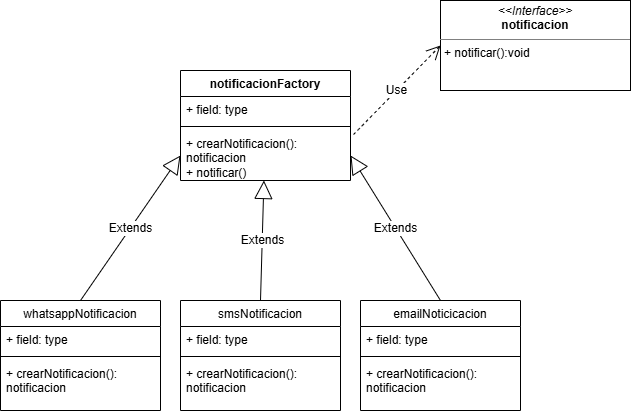
RaulFBS/Patrones-de-Diseno-Java keeps this draw.io diagram as 01-Creacionales/Factory/Ejercicio01-SistemaDeNotificaciones/diagramas/DiagramaDeClases.drawio.png. Above is the earlier version. Source tidied: cells renumbered, new cells last; positions are measured from the earlier drawing's top-left corner, leaving out a move shared by most shapes.
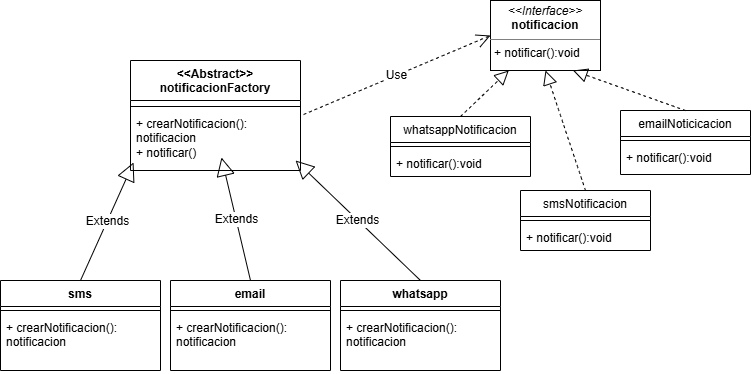
After the change.

The edit, as a diff of the source:
```diff
@@ -2,71 +2,95 @@
   <root>
     <mxCell id="0" />
     <mxCell id="1" parent="0" />
-    <mxCell id="2" style="group;fillColor=default;" parent="1" vertex="1">
-      <mxGeometry width="630" height="410" as="geometry" />
-    </mxCell>
+    <mxCell id="24" style="group;fillColor=default;" parent="1" vertex="1">
+      <mxGeometry x="-101" y="-120" width="750" height="370" as="geometry" />
+    </mxCell>
-    <mxCell id="3" value="&lt;p style=&quot;margin:0px;margin-top:4px;text-align:center;&quot;&gt;&lt;i&gt;&amp;lt;&amp;lt;Interface&amp;gt;&amp;gt;&lt;/i&gt;&lt;br&gt;&lt;b&gt;notificacion&lt;/b&gt;&lt;/p&gt;&lt;hr size=&quot;1&quot; style=&quot;border-style:solid;&quot;&gt;&lt;p style=&quot;margin:0px;margin-left:4px;&quot;&gt;+ notificar():void&lt;/p&gt;" style="verticalAlign=top;align=left;overflow=fill;html=1;whiteSpace=wrap;" parent="2" vertex="1">
-      <mxGeometry x="440" width="190" height="90" as="geometry" />
+    <mxCell id="3" value="&lt;p style=&quot;margin:0px;margin-top:4px;text-align:center;&quot;&gt;&lt;i&gt;&amp;lt;&amp;lt;Interface&amp;gt;&amp;gt;&lt;/i&gt;&lt;br&gt;&lt;b&gt;notificacion&lt;/b&gt;&lt;/p&gt;&lt;hr size=&quot;1&quot; style=&quot;border-style:solid;&quot;&gt;&lt;p style=&quot;margin:0px;margin-left:4px;&quot;&gt;+ notificar():void&lt;/p&gt;" style="verticalAlign=top;align=left;overflow=fill;html=1;whiteSpace=wrap;" parent="1" vertex="1">
+      <mxGeometry x="389" y="-120" width="110" height="70" as="geometry" />
     </mxCell>
-    <mxCell id="4" value="&lt;span style=&quot;font-weight: 400;&quot;&gt;emailNoticicacion&lt;/span&gt;" style="swimlane;fontStyle=1;align=center;verticalAlign=top;horizontal=1;startSize=26;whiteSpace=wrap;html=1;" parent="2" vertex="1">
-      <mxGeometry x="360" y="300" width="160" height="110" as="geometry" />
+    <mxCell id="4" value="&lt;span style=&quot;font-weight: 400;&quot;&gt;emailNoticicacion&lt;/span&gt;" style="swimlane;fontStyle=1;align=center;verticalAlign=top;horizontal=1;startSize=26;whiteSpace=wrap;html=1;" parent="1" vertex="1">
+      <mxGeometry x="519" y="-10" width="130" height="64" as="geometry" />
     </mxCell>
-    <mxCell id="5" value="+ field: type" style="text;align=left;verticalAlign=top;spacingLeft=4;spacingRight=4;overflow=hidden;whiteSpace=wrap;html=1;" parent="4" vertex="1">
-      <mxGeometry y="26" width="160" height="26" as="geometry" />
-    </mxCell>
+    <mxCell id="8" value="&lt;span style=&quot;font-weight: 400;&quot;&gt;whatsappNotificacion&lt;/span&gt;" style="swimlane;fontStyle=1;align=center;verticalAlign=top;horizontal=1;startSize=26;whiteSpace=wrap;html=1;" parent="1" vertex="1">
+      <mxGeometry x="289" y="-4" width="140" height="60" as="geometry" />
+    </mxCell>
+    <mxCell id="12" value="&lt;span style=&quot;font-weight: 400;&quot;&gt;smsNotificacion&lt;/span&gt;" style="swimlane;fontStyle=1;align=center;verticalAlign=top;horizontal=1;startSize=26;whiteSpace=wrap;html=1;" parent="1" vertex="1">
+      <mxGeometry x="419" y="70" width="130" height="60" as="geometry" />
+    </mxCell>
+    <mxCell id="19" value="&lt;div&gt;&amp;lt;&amp;lt;Abstract&amp;gt;&amp;gt;&lt;/div&gt;notificacionFactory" style="swimlane;fontStyle=1;align=center;verticalAlign=top;horizontal=1;startSize=40;whiteSpace=wrap;html=1;" parent="1" vertex="1">
+      <mxGeometry x="29" y="-60" width="170" height="110" as="geometry" />
+    </mxCell>
+    <mxCell id="23" value="Use" style="endArrow=open;endSize=12;dashed=1;html=1;rounded=0;fontSize=12;curved=1;entryX=0;entryY=0.5;entryDx=0;entryDy=0;exitX=1.018;exitY=0.08;exitDx=0;exitDy=0;exitPerimeter=0;" parent="1" edge="1" source="22" target="3">
+      <mxGeometry relative="1" as="geometry" />
+    </mxCell>
+    <mxCell id="25" style="endArrow=block;dashed=1;endFill=0;endSize=12;html=1;rounded=0;fontSize=12;curved=1;exitX=0.5;exitY=0;exitDx=0;exitDy=0;entryX=0.75;entryY=1;entryDx=0;entryDy=0;" parent="1" edge="1" source="4" target="3">
+      <mxGeometry relative="1" as="geometry" />
+    </mxCell>
+    <mxCell id="26" style="endArrow=block;dashed=1;endFill=0;endSize=12;html=1;rounded=0;fontSize=12;curved=1;exitX=0.5;exitY=0;exitDx=0;exitDy=0;entryX=0.5;entryY=1;entryDx=0;entryDy=0;" parent="1" edge="1" source="12" target="3">
+      <mxGeometry relative="1" as="geometry" />
+    </mxCell>
+    <mxCell id="27" style="endArrow=block;dashed=1;endFill=0;endSize=12;html=1;rounded=0;fontSize=12;curved=1;exitX=0.5;exitY=0;exitDx=0;exitDy=0;" parent="1" edge="1" source="8" target="3">
+      <mxGeometry relative="1" as="geometry" />
+    </mxCell>
+    <mxCell id="28" value="sms" style="swimlane;fontStyle=1;align=center;verticalAlign=top;horizontal=1;startSize=26;whiteSpace=wrap;html=1;" parent="1" vertex="1">
+      <mxGeometry x="-101" y="160" width="160" height="90" as="geometry" />
+    </mxCell>
+    <mxCell id="29" value="email" style="swimlane;fontStyle=1;align=center;verticalAlign=top;horizontal=1;startSize=26;whiteSpace=wrap;html=1;" parent="1" vertex="1">
+      <mxGeometry x="69" y="160" width="160" height="90" as="geometry" />
+    </mxCell>
+    <mxCell id="30" value="whatsapp" style="swimlane;fontStyle=1;align=center;verticalAlign=top;horizontal=1;startSize=26;whiteSpace=wrap;html=1;" parent="1" vertex="1">
+      <mxGeometry x="239" y="160" width="160" height="90" as="geometry" />
+    </mxCell>
+    <mxCell id="31" value="Extends" style="endArrow=block;endSize=16;endFill=0;html=1;rounded=0;fontSize=12;curved=1;entryX=0.018;entryY=1.04;entryDx=0;entryDy=0;entryPerimeter=0;exitX=0.5;exitY=0;exitDx=0;exitDy=0;" parent="1" edge="1" source="28" target="22">
+      <mxGeometry relative="1" as="geometry" />
+    </mxCell>
+    <mxCell id="32" value="Extends" style="endArrow=block;endSize=16;endFill=0;html=1;rounded=0;fontSize=12;curved=1;exitX=0.5;exitY=0;exitDx=0;exitDy=0;entryX=0.535;entryY=0.94;entryDx=0;entryDy=0;entryPerimeter=0;" parent="1" edge="1" source="29" target="22">
+      <mxGeometry relative="1" as="geometry" />
+    </mxCell>
+    <mxCell id="33" value="Extends" style="endArrow=block;endSize=16;endFill=0;html=1;rounded=0;fontSize=12;curved=1;entryX=0.971;entryY=1;entryDx=0;entryDy=0;entryPerimeter=0;exitX=0.5;exitY=0;exitDx=0;exitDy=0;" parent="1" edge="1" source="30" target="22">
+      <mxGeometry relative="1" as="geometry" />
+    </mxCell>
-    <mxCell id="6" style="line;strokeWidth=1;align=left;verticalAlign=middle;spacingTop=-1;spacingLeft=3;spacingRight=3;labelPosition=right;" parent="4" vertex="1">
-      <mxGeometry y="52" width="160" height="8" as="geometry" />
+    <mxCell id="6" style="line;strokeWidth=1;align=left;verticalAlign=middle;spacingTop=-1;spacingLeft=3;spacingRight=3;labelPosition=right;" parent="1" vertex="1">
+      <mxGeometry x="519" y="16" width="130" height="8" as="geometry" />
     </mxCell>
-    <mxCell id="7" value="+ crearNotificacion(): notificacion" style="text;align=left;verticalAlign=top;spacingLeft=4;spacingRight=4;overflow=hidden;whiteSpace=wrap;html=1;" parent="4" vertex="1">
-      <mxGeometry y="60" width="160" height="50" as="geometry" />
+    <mxCell id="7" value="+ notificar():void" style="text;align=left;verticalAlign=top;spacingLeft=4;spacingRight=4;overflow=hidden;whiteSpace=wrap;html=1;" parent="1" vertex="1">
+      <mxGeometry x="519" y="24" width="130" height="30" as="geometry" />
     </mxCell>
-    <mxCell id="8" value="&lt;span style=&quot;font-weight: 400;&quot;&gt;whatsappNotificacion&lt;/span&gt;" style="swimlane;fontStyle=1;align=center;verticalAlign=top;horizontal=1;startSize=26;whiteSpace=wrap;html=1;" parent="2" vertex="1">
-      <mxGeometry y="300" width="160" height="110" as="geometry" />
-    </mxCell>
-    <mxCell id="9" value="+ field: type" style="text;align=left;verticalAlign=top;spacingLeft=4;spacingRight=4;overflow=hidden;whiteSpace=wrap;html=1;" parent="8" vertex="1">
-      <mxGeometry y="26" width="160" height="26" as="geometry" />
-    </mxCell>
-    <mxCell id="10" style="line;strokeWidth=1;align=left;verticalAlign=middle;spacingTop=-1;spacingLeft=3;spacingRight=3;labelPosition=right;" parent="8" vertex="1">
-      <mxGeometry y="52" width="160" height="8" as="geometry" />
+    <mxCell id="10" style="line;strokeWidth=1;align=left;verticalAlign=middle;spacingTop=-1;spacingLeft=3;spacingRight=3;labelPosition=right;" parent="1" vertex="1">
+      <mxGeometry x="289" y="22" width="140" height="8" as="geometry" />
     </mxCell>
-    <mxCell id="11" value="+ crearNotificacion(): notificacion" style="text;align=left;verticalAlign=top;spacingLeft=4;spacingRight=4;overflow=hidden;whiteSpace=wrap;html=1;" parent="8" vertex="1">
-      <mxGeometry y="60" width="160" height="50" as="geometry" />
+    <mxCell id="11" value="+ notificar():void" style="text;align=left;verticalAlign=top;spacingLeft=4;spacingRight=4;overflow=hidden;whiteSpace=wrap;html=1;" parent="1" vertex="1">
+      <mxGeometry x="289" y="30" width="140" height="26" as="geometry" />
     </mxCell>
-    <mxCell id="12" value="&lt;span style=&quot;font-weight: 400;&quot;&gt;smsNotificacion&lt;/span&gt;" style="swimlane;fontStyle=1;align=center;verticalAlign=top;horizontal=1;startSize=26;whiteSpace=wrap;html=1;" parent="2" vertex="1">
-      <mxGeometry x="180" y="300" width="160" height="110" as="geometry" />
-    </mxCell>
-    <mxCell id="13" value="+ field: type" style="text;align=left;verticalAlign=top;spacingLeft=4;spacingRight=4;overflow=hidden;whiteSpace=wrap;html=1;" parent="12" vertex="1">
-      <mxGeometry y="26" width="160" height="26" as="geometry" />
-    </mxCell>
-    <mxCell id="14" style="line;strokeWidth=1;align=left;verticalAlign=middle;spacingTop=-1;spacingLeft=3;spacingRight=3;labelPosition=right;" parent="12" vertex="1">
-      <mxGeometry y="52" width="160" height="8" as="geometry" />
+    <mxCell id="14" style="line;strokeWidth=1;align=left;verticalAlign=middle;spacingTop=-1;spacingLeft=3;spacingRight=3;labelPosition=right;" parent="1" vertex="1">
+      <mxGeometry x="419" y="96" width="130" height="8" as="geometry" />
     </mxCell>
-    <mxCell id="15" value="+ crearNotificacion(): notificacion" style="text;align=left;verticalAlign=top;spacingLeft=4;spacingRight=4;overflow=hidden;whiteSpace=wrap;html=1;" parent="12" vertex="1">
-      <mxGeometry y="60" width="160" height="50" as="geometry" />
+    <mxCell id="15" value="+ notificar():void" style="text;align=left;verticalAlign=top;spacingLeft=4;spacingRight=4;overflow=hidden;whiteSpace=wrap;html=1;" parent="1" vertex="1">
+      <mxGeometry x="419" y="104" width="130" height="26" as="geometry" />
     </mxCell>
-    <mxCell id="16" value="Extends" style="endArrow=block;endSize=16;endFill=0;html=1;rounded=0;fontSize=12;curved=1;exitX=0.5;exitY=0;exitDx=0;exitDy=0;entryX=0;entryY=0.5;entryDx=0;entryDy=0;" parent="2" edge="1" source="8" target="22">
-      <mxGeometry relative="1" as="geometry" />
-    </mxCell>
-    <mxCell id="17" value="Extends" style="endArrow=block;endSize=16;endFill=0;html=1;rounded=0;fontSize=12;curved=1;exitX=0.5;exitY=0;exitDx=0;exitDy=0;" parent="2" edge="1" source="12" target="19">
-      <mxGeometry relative="1" as="geometry" />
-    </mxCell>
-    <mxCell id="18" value="Extends" style="endArrow=block;endSize=16;endFill=0;html=1;rounded=0;fontSize=12;curved=1;exitX=0.5;exitY=0;exitDx=0;exitDy=0;entryX=1;entryY=0.5;entryDx=0;entryDy=0;" parent="2" edge="1" source="4" target="22">
-      <mxGeometry relative="1" as="geometry" />
-    </mxCell>
-    <mxCell id="19" value="notificacionFactory" style="swimlane;fontStyle=1;align=center;verticalAlign=top;horizontal=1;startSize=26;whiteSpace=wrap;html=1;" parent="2" vertex="1">
-      <mxGeometry x="180" y="70" width="170" height="110" as="geometry" />
-    </mxCell>
-    <mxCell id="20" value="+ field: type" style="text;align=left;verticalAlign=top;spacingLeft=4;spacingRight=4;overflow=hidden;whiteSpace=wrap;html=1;" parent="19" vertex="1">
-      <mxGeometry y="26" width="170" height="26" as="geometry" />
-    </mxCell>
-    <mxCell id="21" style="line;strokeWidth=1;align=left;verticalAlign=middle;spacingTop=-1;spacingLeft=3;spacingRight=3;labelPosition=right;" parent="19" vertex="1">
-      <mxGeometry y="52" width="170" height="8" as="geometry" />
+    <mxCell id="21" style="line;strokeWidth=1;align=left;verticalAlign=middle;spacingTop=-1;spacingLeft=3;spacingRight=3;labelPosition=right;" parent="1" vertex="1">
+      <mxGeometry x="29" y="-18" width="170" height="8" as="geometry" />
     </mxCell>
-    <mxCell id="22" value="+ crearNotificacion(): notificacion&lt;div&gt;+ notificar()&lt;/div&gt;" style="text;align=left;verticalAlign=top;spacingLeft=4;spacingRight=4;overflow=hidden;points=[[0,0.5],[1,0.5]];portConstraint=eastwest;whiteSpace=wrap;html=1;fillStyle=solid;" parent="19" vertex="1">
-      <mxGeometry y="60" width="170" height="50" as="geometry" />
+    <mxCell id="22" value="+ crearNotificacion(): notificacion&lt;div&gt;+ notificar()&lt;br&gt;&lt;div&gt;&lt;br&gt;&lt;/div&gt;&lt;/div&gt;" style="text;align=left;verticalAlign=top;spacingLeft=4;spacingRight=4;overflow=hidden;points=[[0,0.5],[1,0.5]];portConstraint=eastwest;whiteSpace=wrap;html=1;fillStyle=solid;" parent="1" vertex="1">
+      <mxGeometry x="29" y="-10" width="170" height="50" as="geometry" />
     </mxCell>
-    <mxCell id="23" value="Use" style="endArrow=open;endSize=12;dashed=1;html=1;rounded=0;fontSize=12;curved=1;entryX=0;entryY=0.5;entryDx=0;entryDy=0;exitX=1.018;exitY=0.08;exitDx=0;exitDy=0;exitPerimeter=0;" parent="2" edge="1" source="22" target="3">
-      <mxGeometry relative="1" as="geometry" />
-    </mxCell>
+    <mxCell id="34" style="line;strokeWidth=1;fillColor=none;align=left;verticalAlign=middle;spacingTop=-1;spacingLeft=3;spacingRight=3;labelPosition=right;strokeColor=inherit;" parent="1" vertex="1">
+      <mxGeometry x="-101" y="186" width="160" height="8" as="geometry" />
+    </mxCell>
+    <mxCell id="35" value="+ crearNotificacion(): notificacion&lt;div&gt;&lt;br&gt;&lt;/div&gt;" style="text;strokeColor=none;fillColor=none;align=left;verticalAlign=top;spacingLeft=4;spacingRight=4;overflow=hidden;whiteSpace=wrap;html=1;" parent="1" vertex="1">
+      <mxGeometry x="-101" y="194" width="160" height="56" as="geometry" />
+    </mxCell>
+    <mxCell id="36" style="line;strokeWidth=1;fillColor=none;align=left;verticalAlign=middle;spacingTop=-1;spacingLeft=3;spacingRight=3;labelPosition=right;strokeColor=inherit;" parent="1" vertex="1">
+      <mxGeometry x="69" y="186" width="160" height="8" as="geometry" />
+    </mxCell>
+    <mxCell id="37" value="+ crearNotificacion(): notificacion&lt;div&gt;&lt;br&gt;&lt;/div&gt;" style="text;strokeColor=none;fillColor=none;align=left;verticalAlign=top;spacingLeft=4;spacingRight=4;overflow=hidden;whiteSpace=wrap;html=1;" parent="1" vertex="1">
+      <mxGeometry x="69" y="194" width="160" height="56" as="geometry" />
+    </mxCell>
+    <mxCell id="38" style="line;strokeWidth=1;fillColor=none;align=left;verticalAlign=middle;spacingTop=-1;spacingLeft=3;spacingRight=3;labelPosition=right;strokeColor=inherit;" parent="1" vertex="1">
+      <mxGeometry x="239" y="186" width="160" height="8" as="geometry" />
+    </mxCell>
+    <mxCell id="39" value="+ crearNotificacion(): notificacion&lt;div&gt;&lt;br&gt;&lt;/div&gt;" style="text;strokeColor=none;fillColor=none;align=left;verticalAlign=top;spacingLeft=4;spacingRight=4;overflow=hidden;whiteSpace=wrap;html=1;" parent="1" vertex="1">
+      <mxGeometry x="239" y="194" width="160" height="56" as="geometry" />
+    </mxCell>
   </root>
 </mxGraphModel>
```
